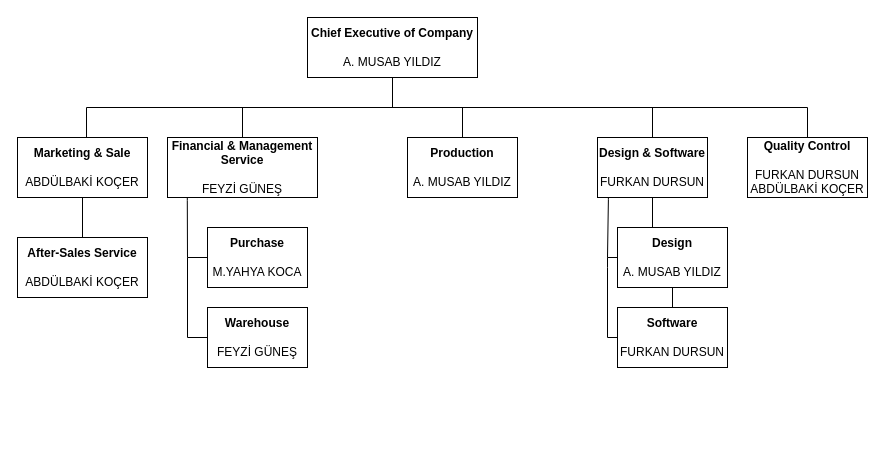
Above: anadolurobotik.drawio in mmuurraatt/AnadoluRobotik (draw.io), before the change. Source tidied: cells renumbered, new cells numbered last; positions are measured from the earlier drawing's top-left corner, leaving out a move shared by most shapes. Both pictures are drawn from the tidied source at 100%, with x=0, y=0 at pixel (17, 17).
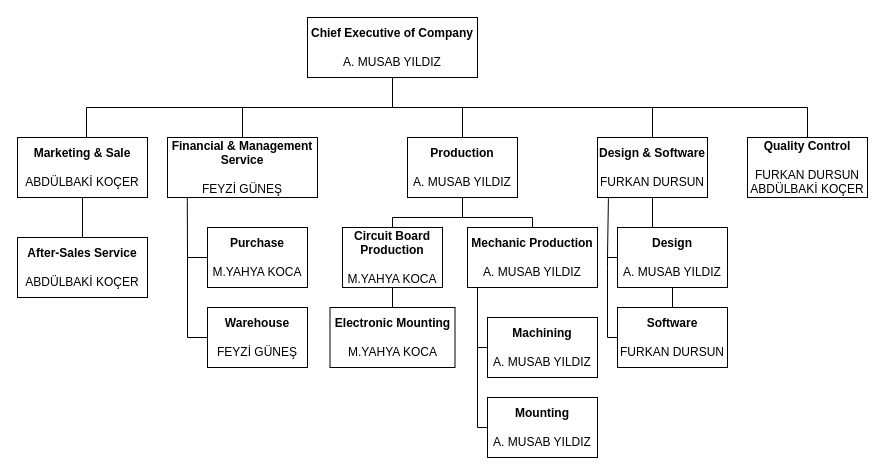
The same page after the edit.

Unchanged cells that the change refers to:
```xml
<mxCell id="12" value="&lt;b&gt;Production&lt;/b&gt;&lt;br&gt;&lt;br&gt;A. MUSAB YILDIZ" style="rounded=0;whiteSpace=wrap;html=1;" parent="1" vertex="1">
  <mxGeometry x="390" y="120" width="110" height="60" as="geometry" />
</mxCell>
```

Diff of the diagram source:
```diff
@@
+    <mxCell id="24" style="edgeStyle=orthogonalEdgeStyle;rounded=0;jettySize=auto;html=1;exitX=0.5;exitY=1;exitDx=0;exitDy=0;entryX=0.5;entryY=0;entryDx=0;entryDy=0;strokeColor=default;endArrow=baseDash;endFill=0;" parent="1" edge="1" source="12" target="27">
+      <mxGeometry relative="1" as="geometry" />
+    </mxCell>
+    <mxCell id="25" style="edgeStyle=orthogonalEdgeStyle;rounded=0;jettySize=auto;html=1;exitX=0.5;exitY=1;exitDx=0;exitDy=0;entryX=0.5;entryY=0;entryDx=0;entryDy=0;strokeColor=default;endArrow=baseDash;endFill=0;" parent="1" edge="1" source="12" target="29">
+      <mxGeometry relative="1" as="geometry" />
+    </mxCell>
@@
+    <mxCell id="26" style="edgeStyle=orthogonalEdgeStyle;rounded=0;jettySize=auto;html=1;strokeColor=default;endArrow=baseDash;endFill=0;" parent="1" edge="1" source="27" target="30">
+      <mxGeometry relative="1" as="geometry" />
+    </mxCell>
+    <mxCell id="27" value="&lt;b&gt;Circuit Board Production&lt;/b&gt;&lt;br&gt;&lt;br&gt;M.YAHYA KOCA" style="rounded=0;whiteSpace=wrap;html=1;" parent="1" vertex="1">
+      <mxGeometry x="325" y="210" width="100" height="60" as="geometry" />
+    </mxCell>
+    <mxCell id="28" style="edgeStyle=orthogonalEdgeStyle;rounded=0;jettySize=auto;html=1;entryX=0;entryY=0.5;entryDx=0;entryDy=0;strokeColor=default;endArrow=baseDash;endFill=0;" parent="1" edge="1" source="29" target="32">
+      <mxGeometry relative="1" as="geometry">
+        <Array as="points">
+          <mxPoint x="460" y="330" />
+        </Array>
+      </mxGeometry>
+    </mxCell>
+    <mxCell id="29" value="&lt;b&gt;Mechanic Production&lt;/b&gt;&lt;br&gt;&lt;br&gt;A. MUSAB YILDIZ" style="rounded=0;whiteSpace=wrap;html=1;" parent="1" vertex="1">
+      <mxGeometry x="450" y="210" width="130" height="60" as="geometry" />
+    </mxCell>
+    <mxCell id="30" value="&lt;b&gt;Electronic Mounting&lt;/b&gt;&lt;br&gt;&lt;br&gt;M.YAHYA KOCA" style="rounded=0;whiteSpace=wrap;html=1;" parent="1" vertex="1">
+      <mxGeometry x="312.5" y="290" width="125" height="60" as="geometry" />
+    </mxCell>
+    <mxCell id="31" style="edgeStyle=orthogonalEdgeStyle;rounded=0;jettySize=auto;html=1;entryX=0;entryY=0.5;entryDx=0;entryDy=0;strokeColor=default;endArrow=baseDash;endFill=0;" parent="1" edge="1" target="33">
+      <mxGeometry relative="1" as="geometry">
+        <mxPoint x="460" y="330" as="sourcePoint" />
+        <Array as="points">
+          <mxPoint x="460" y="410" />
+        </Array>
+      </mxGeometry>
+    </mxCell>
+    <mxCell id="32" value="&lt;b&gt;Machining&lt;/b&gt;&lt;br&gt;&lt;br&gt;A. MUSAB YILDIZ" style="rounded=0;whiteSpace=wrap;html=1;" parent="1" vertex="1">
+      <mxGeometry x="470" y="300" width="110" height="60" as="geometry" />
+    </mxCell>
+    <mxCell id="33" value="&lt;b&gt;Mounting&lt;/b&gt;&lt;br&gt;&lt;br&gt;A. MUSAB YILDIZ" style="rounded=0;whiteSpace=wrap;html=1;" parent="1" vertex="1">
+      <mxGeometry x="470" y="380" width="110" height="60" as="geometry" />
+    </mxCell>
```
